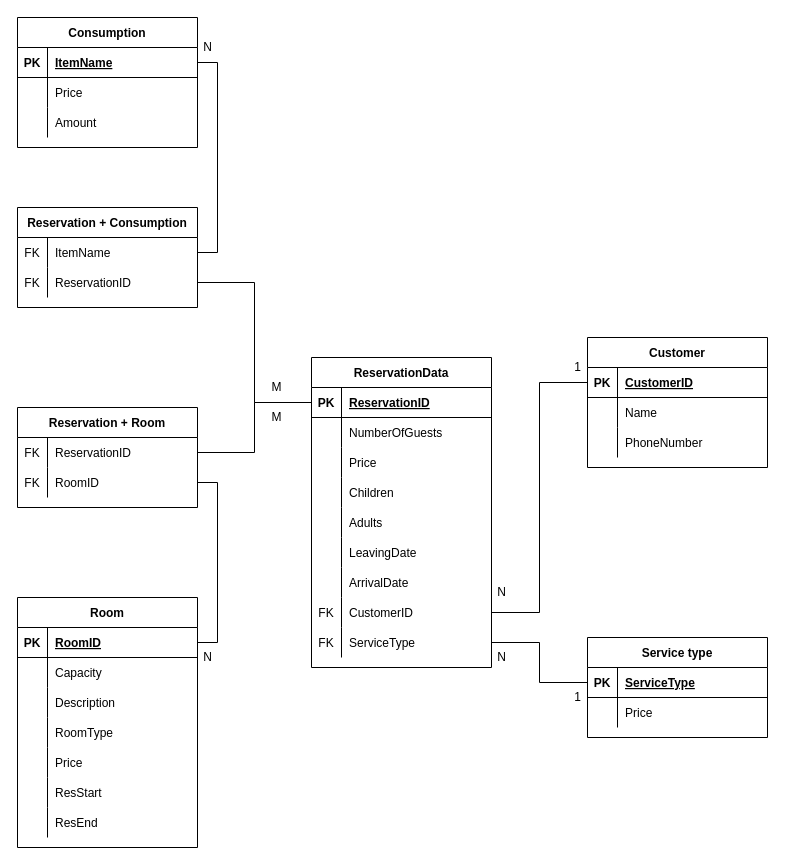
Before: SQL/Modellek/Relációs modell.drawio in vassko02/OKJ-vizsgaprojekt, a draw.io diagram. Source tidied: cells renumbered, new cells numbered last; positions are measured from the earlier drawing's top-left corner, leaving out a move shared by most shapes. Both pictures are drawn from the tidied source at 100%, with x=0, y=0 at pixel (17, 17).
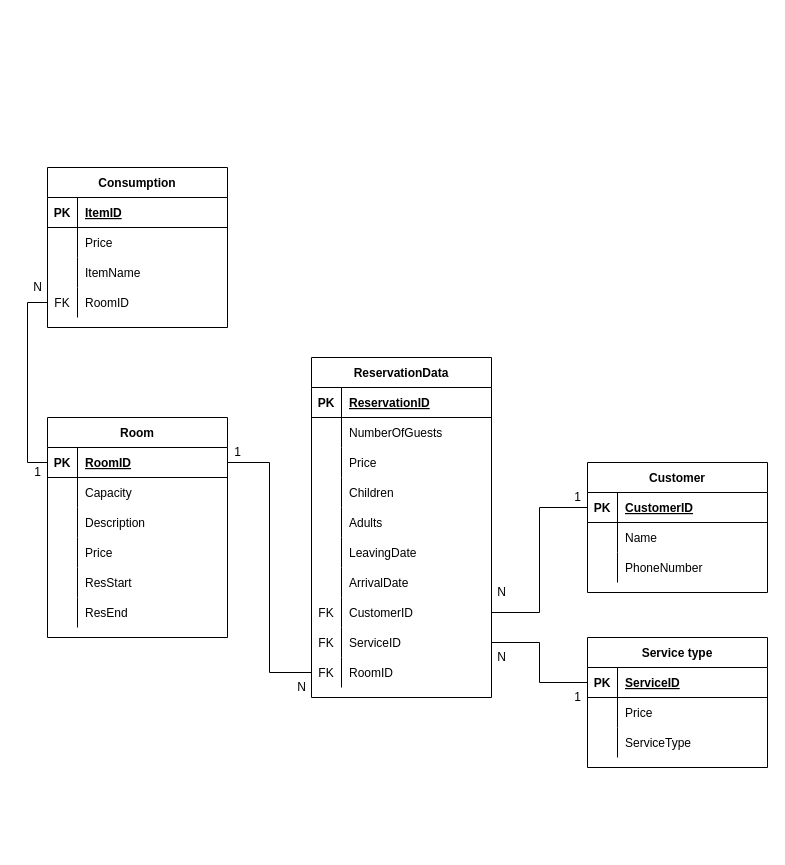
The same diagram, later.

Commit message:
Adatbázis modell v1.4

The change refers to these unchanged cells:
```xml
<mxCell id="3" style="shape=partialRectangle;fillColor=none;top=0;left=0;bottom=1;right=0;points=[[0,0.5],[1,0.5]];portConstraint=eastwest;" parent="2" vertex="1">
  <mxGeometry y="30" width="180" height="30" as="geometry" />
</mxCell>
<mxCell id="13" style="shape=partialRectangle;fillColor=none;top=0;left=0;bottom=1;right=0;points=[[0,0.5],[1,0.5]];portConstraint=eastwest;" parent="12" vertex="1">
  <mxGeometry y="30" width="180" height="30" as="geometry" />
</mxCell>
<mxCell id="20" style="shape=partialRectangle;fillColor=none;top=0;left=0;bottom=1;right=0;points=[[0,0.5],[1,0.5]];portConstraint=eastwest;" parent="19" vertex="1">
  <mxGeometry y="30" width="180" height="30" as="geometry" />
</mxCell>
<mxCell id="42" style="shape=partialRectangle;fillColor=none;top=0;left=0;bottom=1;right=0;points=[[0,0.5],[1,0.5]];portConstraint=eastwest;" parent="41" vertex="1">
  <mxGeometry y="30" width="180" height="30" as="geometry" />
</mxCell>
<mxCell id="66" style="shape=partialRectangle;fillColor=none;top=0;left=0;bottom=0;right=0;points=[[0,0.5],[1,0.5]];portConstraint=eastwest;" parent="41" vertex="1">
  <mxGeometry y="270" width="180" height="30" as="geometry" />
</mxCell>
```

Change to the diagram source:
```diff
@@
     <mxCell id="2" value="Consumption" style="shape=table;startSize=30;childLayout=tableLayout;rowLines=0;fontStyle=1;align=center;" parent="1" vertex="1">
-      <mxGeometry width="180" height="130" as="geometry" />
+      <mxGeometry x="30" y="150" width="180" height="160" as="geometry" />
     </mxCell>
@@
-    <mxCell id="5" value="ItemName" style="shape=partialRectangle;fillColor=none;top=0;left=0;bottom=0;right=0;align=left;spacingLeft=6;fontStyle=5;overflow=hidden;" parent="3" vertex="1">
+    <mxCell id="5" value="ItemID" style="shape=partialRectangle;fillColor=none;top=0;left=0;bottom=0;right=0;align=left;spacingLeft=6;fontStyle=5;overflow=hidden;" parent="3" vertex="1">
       <mxGeometry x="30" width="150" height="30" as="geometry" />
     </mxCell>
@@
-    <mxCell id="9" style="shape=partialRectangle;fillColor=none;top=0;left=0;bottom=0;right=0;" parent="2" vertex="1">
-      <mxGeometry y="90" width="180" height="30" as="geometry" />
-    </mxCell>
-    <mxCell id="10" style="shape=partialRectangle;fillColor=none;top=0;left=0;bottom=0;right=0;overflow=hidden;" parent="9" vertex="1">
-      <mxGeometry width="30" height="30" as="geometry" />
-    </mxCell>
-    <mxCell id="11" value="Amount" style="shape=partialRectangle;fillColor=none;top=0;left=0;bottom=0;right=0;align=left;spacingLeft=6;overflow=hidden;" parent="9" vertex="1">
-      <mxGeometry x="30" width="150" height="30" as="geometry" />
-    </mxCell>
+    <mxCell id="107" style="shape=partialRectangle;fillColor=none;top=0;left=0;bottom=0;right=0;" parent="2" vertex="1">
+      <mxGeometry y="90" width="180" height="30" as="geometry" />
+    </mxCell>
+    <mxCell id="108" style="shape=partialRectangle;fillColor=none;top=0;left=0;bottom=0;right=0;overflow=hidden;" parent="107" vertex="1">
+      <mxGeometry width="30" height="30" as="geometry" />
+    </mxCell>
+    <mxCell id="93" value="ItemName" style="shape=partialRectangle;fillColor=none;top=0;left=0;bottom=0;right=0;align=left;spacingLeft=6;overflow=hidden;" parent="107" vertex="1">
+      <mxGeometry x="30" width="150" height="30" as="geometry" />
+    </mxCell>
+    <mxCell id="29" style="shape=partialRectangle;fillColor=none;top=0;left=0;bottom=0;right=0;points=[[0,0.5],[1,0.5]];portConstraint=eastwest;" parent="2" vertex="1">
+      <mxGeometry y="120" width="180" height="30" as="geometry" />
+    </mxCell>
+    <mxCell id="109" value="FK" style="shape=partialRectangle;fillColor=none;top=0;left=0;bottom=0;right=0;overflow=hidden;" parent="29" vertex="1">
+      <mxGeometry width="30" height="30" as="geometry" />
+    </mxCell>
+    <mxCell id="110" value="RoomID" style="shape=partialRectangle;fillColor=none;top=0;left=0;bottom=0;right=0;align=left;spacingLeft=6;overflow=hidden;" parent="29" vertex="1">
+      <mxGeometry x="30" width="150" height="30" as="geometry" />
+    </mxCell>
     <mxCell id="12" value="Service type" style="shape=table;startSize=30;childLayout=tableLayout;rowLines=0;fontStyle=1;align=center;" parent="1" vertex="1">
-      <mxGeometry x="570" y="620" width="180" height="100" as="geometry" />
+      <mxGeometry x="570" y="620" width="180" height="130" as="geometry" />
     </mxCell>
@@
-    <mxCell id="15" value="ServiceType" style="shape=partialRectangle;fillColor=none;top=0;left=0;bottom=0;right=0;align=left;spacingLeft=6;fontStyle=5;overflow=hidden;" parent="13" vertex="1">
+    <mxCell id="15" value="ServiceID" style="shape=partialRectangle;fillColor=none;top=0;left=0;bottom=0;right=0;align=left;spacingLeft=6;fontStyle=5;overflow=hidden;" parent="13" vertex="1">
       <mxGeometry x="30" width="150" height="30" as="geometry" />
     </mxCell>
@@
+    <mxCell id="111" style="shape=partialRectangle;fillColor=none;top=0;left=0;bottom=0;right=0;" parent="12" vertex="1">
+      <mxGeometry y="90" width="180" height="30" as="geometry" />
+    </mxCell>
+    <mxCell id="112" style="shape=partialRectangle;fillColor=none;top=0;left=0;bottom=0;right=0;overflow=hidden;" parent="111" vertex="1">
+      <mxGeometry width="30" height="30" as="geometry" />
+    </mxCell>
+    <mxCell id="113" value="ServiceType" style="shape=partialRectangle;fillColor=none;top=0;left=0;bottom=0;right=0;align=left;spacingLeft=6;overflow=hidden;" parent="111" vertex="1">
+      <mxGeometry x="30" width="150" height="30" as="geometry" />
+    </mxCell>
     <mxCell id="19" value="Room" style="shape=table;startSize=30;childLayout=tableLayout;rowLines=0;fontStyle=1;align=center;" parent="1" vertex="1">
-      <mxGeometry y="580" width="180" height="250" as="geometry" />
+      <mxGeometry x="30" y="400" width="180" height="220" as="geometry" />
     </mxCell>
@@
-    <mxCell id="29" style="shape=partialRectangle;fillColor=none;top=0;left=0;bottom=0;right=0;points=[[0,0.5],[1,0.5]];portConstraint=eastwest;" parent="19" vertex="1">
-      <mxGeometry y="120" width="180" height="30" as="geometry" />
-    </mxCell>
-    <mxCell id="30" style="shape=partialRectangle;fillColor=none;top=0;left=0;bottom=0;right=0;overflow=hidden;" parent="29" vertex="1">
-      <mxGeometry width="30" height="30" as="geometry" />
-    </mxCell>
-    <mxCell id="31" value="RoomType" style="shape=partialRectangle;fillColor=none;top=0;left=0;bottom=0;right=0;align=left;spacingLeft=6;overflow=hidden;" parent="29" vertex="1">
-      <mxGeometry x="30" width="150" height="30" as="geometry" />
-    </mxCell>
     <mxCell id="32" style="shape=partialRectangle;fillColor=none;top=0;left=0;bottom=0;right=0;" parent="19" vertex="1">
-      <mxGeometry y="150" width="180" height="30" as="geometry" />
+      <mxGeometry y="120" width="180" height="30" as="geometry" />
     </mxCell>
@@
     <mxCell id="35" style="shape=partialRectangle;fillColor=none;top=0;left=0;bottom=0;right=0;" parent="19" vertex="1">
-      <mxGeometry y="180" width="180" height="30" as="geometry" />
+      <mxGeometry y="150" width="180" height="30" as="geometry" />
     </mxCell>
@@
     <mxCell id="38" style="shape=partialRectangle;fillColor=none;top=0;left=0;bottom=0;right=0;" parent="19" vertex="1">
-      <mxGeometry y="210" width="180" height="30" as="geometry" />
+      <mxGeometry y="180" width="180" height="30" as="geometry" />
     </mxCell>
@@
     <mxCell id="41" value="ReservationData" style="shape=table;startSize=30;childLayout=tableLayout;rowLines=0;fontStyle=1;align=center;" parent="1" vertex="1">
-      <mxGeometry x="294" y="340" width="180" height="310" as="geometry" />
+      <mxGeometry x="294" y="340" width="180" height="340" as="geometry" />
     </mxCell>
@@
-    <mxCell id="68" value="ServiceType" style="shape=partialRectangle;fillColor=none;top=0;left=0;bottom=0;right=0;align=left;spacingLeft=6;overflow=hidden;" parent="66" vertex="1">
+    <mxCell id="68" value="ServiceID" style="shape=partialRectangle;fillColor=none;top=0;left=0;bottom=0;right=0;align=left;spacingLeft=6;overflow=hidden;" parent="66" vertex="1">
       <mxGeometry x="30" width="150" height="30" as="geometry" />
     </mxCell>
+    <mxCell id="114" style="shape=partialRectangle;fillColor=none;top=0;left=0;bottom=0;right=0;points=[[0,0.5],[1,0.5]];portConstraint=eastwest;" parent="41" vertex="1">
+      <mxGeometry y="300" width="180" height="30" as="geometry" />
+    </mxCell>
+    <mxCell id="115" value="FK" style="shape=partialRectangle;fillColor=none;top=0;left=0;bottom=0;right=0;overflow=hidden;" parent="114" vertex="1">
+      <mxGeometry width="30" height="30" as="geometry" />
+    </mxCell>
+    <mxCell id="116" value="RoomID" style="shape=partialRectangle;fillColor=none;top=0;left=0;bottom=0;right=0;align=left;spacingLeft=6;overflow=hidden;" parent="114" vertex="1">
+      <mxGeometry x="30" width="150" height="30" as="geometry" />
+    </mxCell>
     <mxCell id="69" value="Customer" style="shape=table;startSize=30;childLayout=tableLayout;rowLines=0;fontStyle=1;align=center;" parent="1" vertex="1">
-      <mxGeometry x="570" y="320" width="180" height="130" as="geometry" />
+      <mxGeometry x="570" y="445" width="180" height="130" as="geometry" />
     </mxCell>
@@
-    <mxCell id="79" value="Reservation + Room" style="shape=table;startSize=30;childLayout=tableLayout;rowLines=0;fontStyle=1;align=center;" parent="1" vertex="1">
-      <mxGeometry y="390" width="180" height="100" as="geometry" />
-    </mxCell>
-    <mxCell id="80" style="shape=partialRectangle;fillColor=none;top=0;left=0;bottom=0;right=0;points=[[0,0.5],[1,0.5]];portConstraint=eastwest;" parent="79" vertex="1">
-      <mxGeometry y="30" width="180" height="30" as="geometry" />
-    </mxCell>
-    <mxCell id="81" value="FK" style="shape=partialRectangle;fillColor=none;top=0;left=0;bottom=0;right=0;overflow=hidden;" parent="80" vertex="1">
-      <mxGeometry width="30" height="30" as="geometry" />
-    </mxCell>
-    <mxCell id="82" value="ReservationID" style="shape=partialRectangle;fillColor=none;top=0;left=0;bottom=0;right=0;align=left;spacingLeft=6;overflow=hidden;" parent="80" vertex="1">
-      <mxGeometry x="30" width="150" height="30" as="geometry" />
-    </mxCell>
-    <mxCell id="83" style="shape=partialRectangle;fillColor=none;top=0;left=0;bottom=0;right=0;points=[[0,0.5],[1,0.5]];portConstraint=eastwest;" parent="79" vertex="1">
-      <mxGeometry y="60" width="180" height="30" as="geometry" />
-    </mxCell>
-    <mxCell id="84" value="FK" style="shape=partialRectangle;fillColor=none;top=0;left=0;bottom=0;right=0;overflow=hidden;" parent="83" vertex="1">
-      <mxGeometry width="30" height="30" as="geometry" />
-    </mxCell>
-    <mxCell id="85" value="RoomID" style="shape=partialRectangle;fillColor=none;top=0;left=0;bottom=0;right=0;align=left;spacingLeft=6;overflow=hidden;" parent="83" vertex="1">
-      <mxGeometry x="30" width="150" height="30" as="geometry" />
-    </mxCell>
-    <mxCell id="86" style="rounded=0;jettySize=auto;html=1;exitX=0;exitY=0.5;exitDx=0;exitDy=0;entryX=1;entryY=0.5;entryDx=0;entryDy=0;endArrow=none;endFill=0;edgeStyle=orthogonalEdgeStyle;" parent="1" edge="1" source="42" target="80">
-      <mxGeometry relative="1" as="geometry" />
-    </mxCell>
-    <mxCell id="87" style="edgeStyle=orthogonalEdgeStyle;rounded=0;jettySize=auto;html=1;exitX=1;exitY=0.5;exitDx=0;exitDy=0;entryX=1;entryY=0.5;entryDx=0;entryDy=0;endArrow=none;endFill=0;" parent="1" edge="1" source="20" target="83">
-      <mxGeometry relative="1" as="geometry" />
-    </mxCell>
-    <mxCell id="88" value="N" style="text;html=1;align=center;verticalAlign=middle;strokeColor=none;fillColor=none;" parent="1" vertex="1">
-      <mxGeometry x="180" y="630" width="20" height="20" as="geometry" />
-    </mxCell>
-    <mxCell id="89" value="M" style="text;html=1;align=center;verticalAlign=middle;strokeColor=none;fillColor=none;" parent="1" vertex="1">
-      <mxGeometry x="244" y="390" width="30" height="20" as="geometry" />
-    </mxCell>
-    <mxCell id="90" value="Reservation + Consumption" style="shape=table;startSize=30;childLayout=tableLayout;rowLines=0;fontStyle=1;align=center;" parent="1" vertex="1">
-      <mxGeometry y="190" width="180" height="100" as="geometry" />
-    </mxCell>
-    <mxCell id="91" style="shape=partialRectangle;fillColor=none;top=0;left=0;bottom=0;right=0;points=[[0,0.5],[1,0.5]];portConstraint=eastwest;" parent="90" vertex="1">
-      <mxGeometry y="30" width="180" height="30" as="geometry" />
-    </mxCell>
-    <mxCell id="92" value="FK" style="shape=partialRectangle;fillColor=none;top=0;left=0;bottom=0;right=0;overflow=hidden;" parent="91" vertex="1">
-      <mxGeometry width="30" height="30" as="geometry" />
-    </mxCell>
-    <mxCell id="93" value="ItemName" style="shape=partialRectangle;fillColor=none;top=0;left=0;bottom=0;right=0;align=left;spacingLeft=6;overflow=hidden;" parent="91" vertex="1">
-      <mxGeometry x="30" width="150" height="30" as="geometry" />
-    </mxCell>
-    <mxCell id="94" style="shape=partialRectangle;fillColor=none;top=0;left=0;bottom=0;right=0;points=[[0,0.5],[1,0.5]];portConstraint=eastwest;" parent="90" vertex="1">
-      <mxGeometry y="60" width="180" height="30" as="geometry" />
-    </mxCell>
-    <mxCell id="95" value="FK" style="shape=partialRectangle;fillColor=none;top=0;left=0;bottom=0;right=0;overflow=hidden;" parent="94" vertex="1">
-      <mxGeometry width="30" height="30" as="geometry" />
-    </mxCell>
-    <mxCell id="96" value="ReservationID" style="shape=partialRectangle;fillColor=none;top=0;left=0;bottom=0;right=0;align=left;spacingLeft=6;overflow=hidden;" parent="94" vertex="1">
-      <mxGeometry x="30" width="150" height="30" as="geometry" />
-    </mxCell>
-    <mxCell id="97" style="edgeStyle=orthogonalEdgeStyle;rounded=0;jettySize=auto;html=1;exitX=1;exitY=0.5;exitDx=0;exitDy=0;entryX=1;entryY=0.5;entryDx=0;entryDy=0;endArrow=none;endFill=0;" parent="1" edge="1" source="3" target="91">
-      <mxGeometry relative="1" as="geometry" />
-    </mxCell>
-    <mxCell id="98" style="edgeStyle=orthogonalEdgeStyle;rounded=0;jettySize=auto;html=1;exitX=1;exitY=0.5;exitDx=0;exitDy=0;entryX=0;entryY=0.5;entryDx=0;entryDy=0;endArrow=none;endFill=0;" parent="1" edge="1" source="94" target="42">
-      <mxGeometry relative="1" as="geometry" />
-    </mxCell>
-    <mxCell id="99" value="M" style="text;html=1;align=center;verticalAlign=middle;strokeColor=none;fillColor=none;" parent="1" vertex="1">
-      <mxGeometry x="244" y="360" width="30" height="20" as="geometry" />
-    </mxCell>
@@
     <mxCell id="101" value="1" style="text;html=1;align=center;verticalAlign=middle;strokeColor=none;fillColor=none;" parent="1" vertex="1">
-      <mxGeometry x="550" y="340" width="20" height="20" as="geometry" />
+      <mxGeometry x="550" y="470" width="20" height="20" as="geometry" />
     </mxCell>
@@
-    <mxCell id="105" value="N" style="text;html=1;align=center;verticalAlign=middle;strokeColor=none;fillColor=none;" parent="1" vertex="1">
-      <mxGeometry x="180" y="20" width="20" height="20" as="geometry" />
-    </mxCell>
@@
+    <mxCell id="117" style="rounded=0;jettySize=auto;html=1;exitX=1;exitY=0.5;exitDx=0;exitDy=0;entryX=0;entryY=0.5;entryDx=0;entryDy=0;edgeStyle=orthogonalEdgeStyle;endArrow=none;endFill=0;" parent="1" edge="1" source="20" target="114">
+      <mxGeometry relative="1" as="geometry" />
+    </mxCell>
+    <mxCell id="118" style="edgeStyle=orthogonalEdgeStyle;rounded=0;jettySize=auto;html=1;exitX=0;exitY=0.5;exitDx=0;exitDy=0;entryX=0;entryY=0.5;entryDx=0;entryDy=0;endArrow=none;endFill=0;" parent="1" edge="1" source="29" target="20">
+      <mxGeometry relative="1" as="geometry" />
+    </mxCell>
+    <mxCell id="119" value="1" style="text;html=1;align=center;verticalAlign=middle;strokeColor=none;fillColor=none;" parent="1" vertex="1">
+      <mxGeometry x="210" y="425" width="20" height="20" as="geometry" />
+    </mxCell>
+    <mxCell id="120" value="N" style="text;html=1;align=center;verticalAlign=middle;strokeColor=none;fillColor=none;" parent="1" vertex="1">
+      <mxGeometry x="274" y="660" width="20" height="20" as="geometry" />
+    </mxCell>
+    <mxCell id="121" value="1" style="text;html=1;align=center;verticalAlign=middle;strokeColor=none;fillColor=none;" parent="1" vertex="1">
+      <mxGeometry x="10" y="445" width="20" height="20" as="geometry" />
+    </mxCell>
+    <mxCell id="122" value="N" style="text;html=1;align=center;verticalAlign=middle;strokeColor=none;fillColor=none;" parent="1" vertex="1">
+      <mxGeometry x="10" y="260" width="20" height="20" as="geometry" />
+    </mxCell>
```
